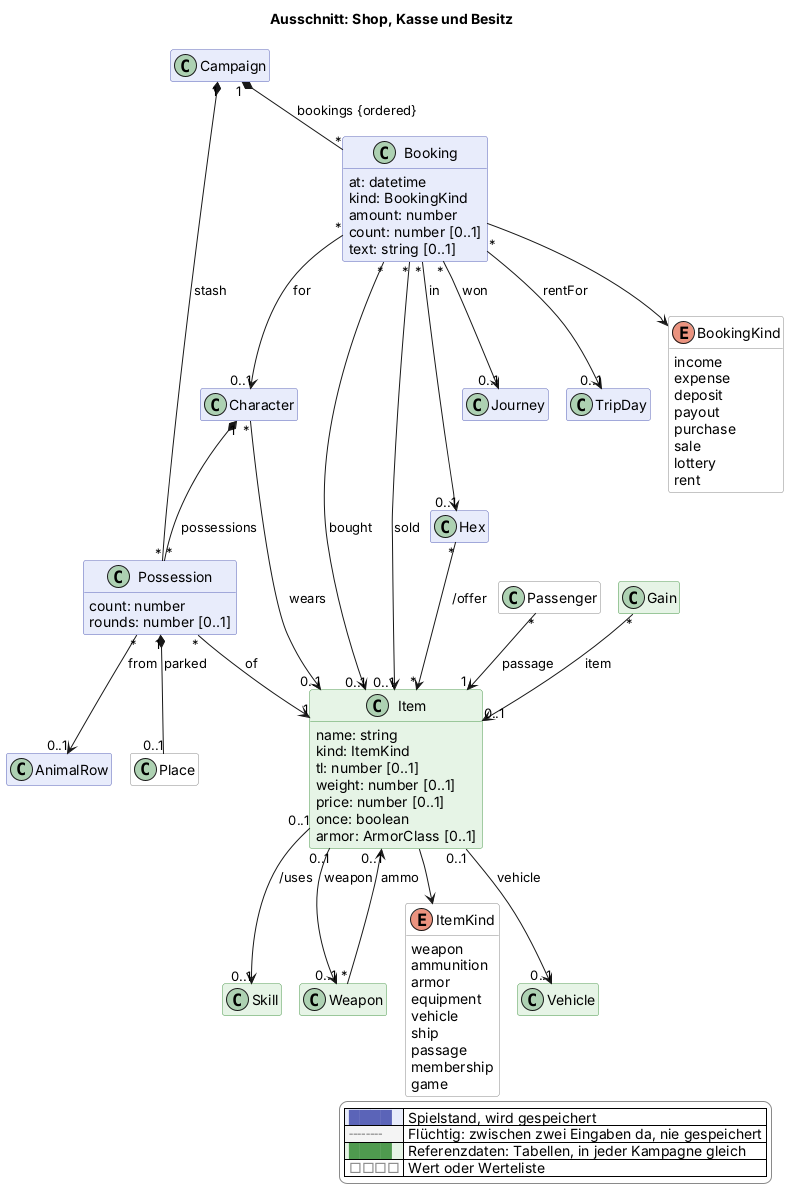
scuzzar/SRE keeps this PlantUML diagram as docs/views/shop.png. Above is the earlier version.
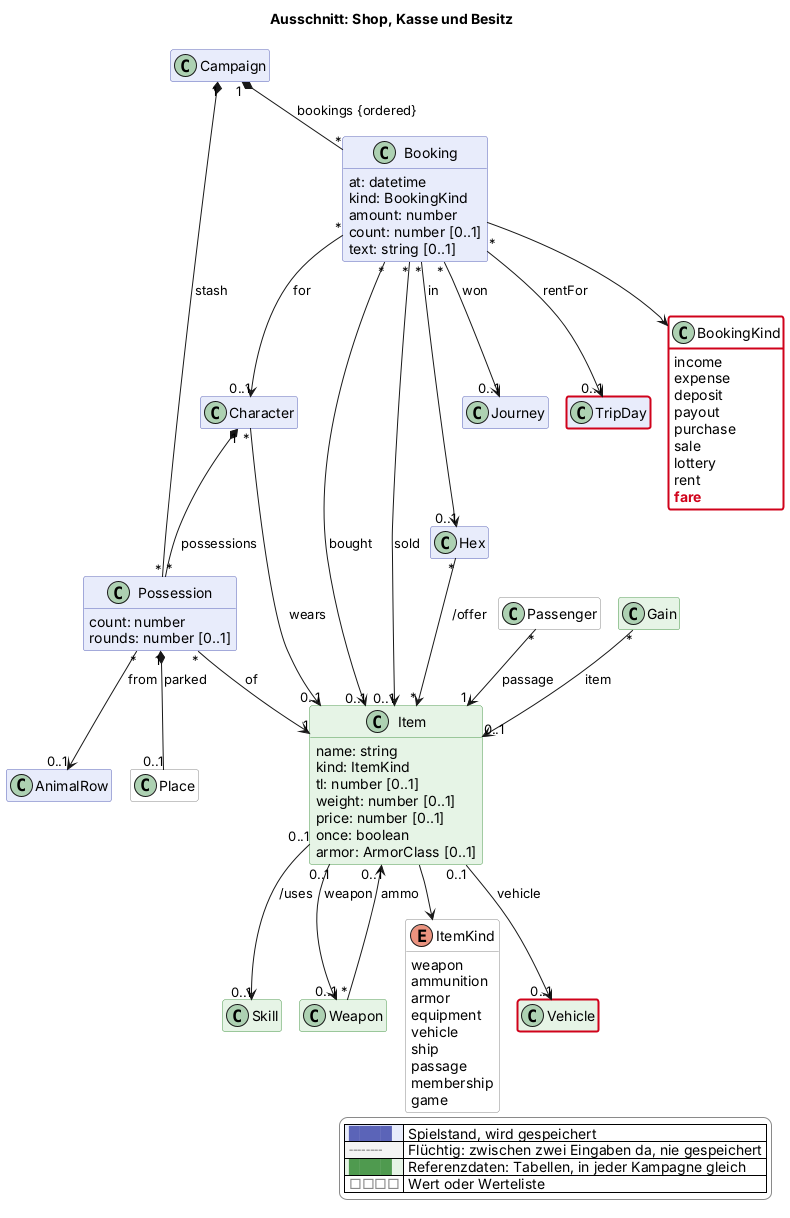
Above is the later version.

Diff of the diagram source:
```diff
@@ -83,6 +83,7 @@
     sale
     lottery
     rent
+    $new("2026-11-15c", "fare")
   }
   class Character $charakter
   class Possession $shop {
@@ -167,4 +168,7 @@
   |<#e6f4e6> <color:#4f9a4f>████</color> | Referenzdaten: Tabellen, in jeder Kampagne gleich |
   |<#ffffff> <color:#8a8a8a>□□□□</color> | Wert oder Werteliste |
 endlegend
+class BookingKind #line:d0021b;line.bold
+class Vehicle #line:d0021b;line.bold
+class TripDay #line:d0021b;line.bold
 @enduml
```
